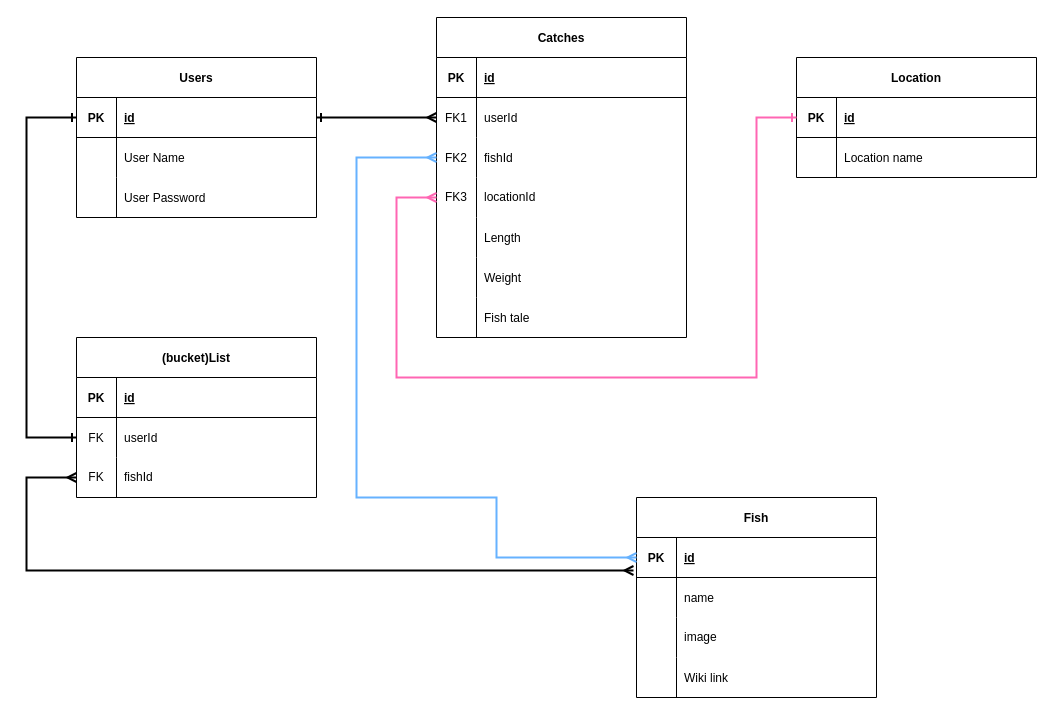
Earlier version of the draw.io diagram Untitled Diagram.drawio (Powwow84/project-2). Source tidied: cells renumbered, new cells numbered last; positions are measured from the earlier drawing's top-left corner, leaving out a move shared by most shapes. Both pictures are drawn from the tidied source at 100%, with x=0, y=0 at pixel (26, 17).
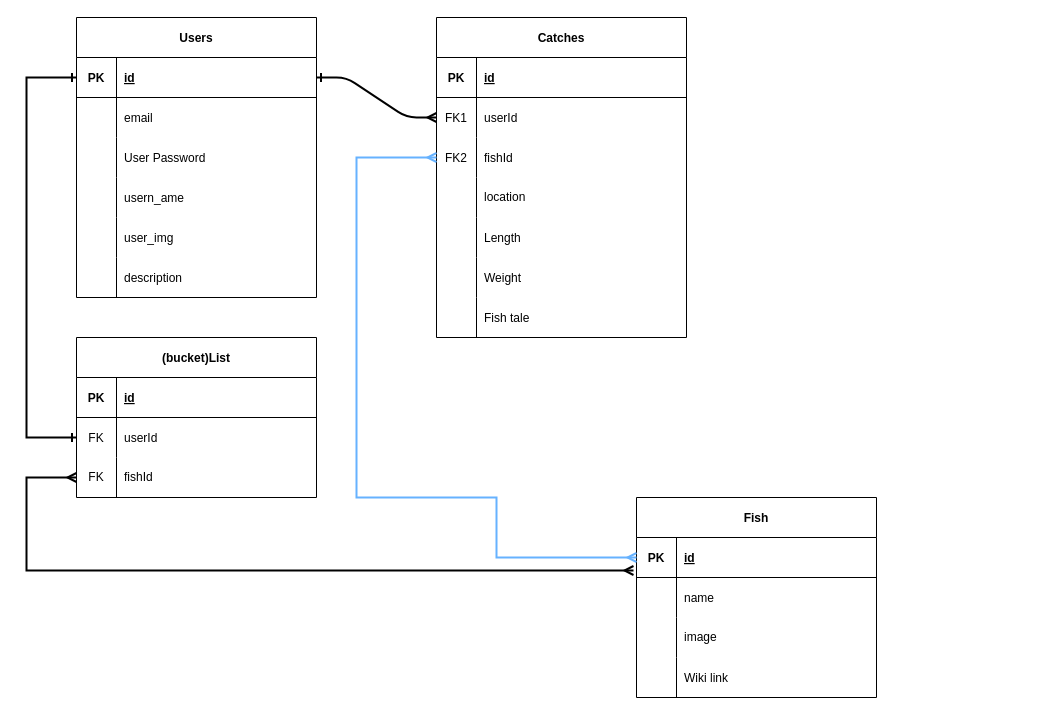
Above is the later version.

The change refers to these unchanged cells:
```xml
<mxCell id="13" style="shape=tableRow;horizontal=0;startSize=0;swimlaneHead=0;swimlaneBody=0;fillColor=none;points=[[0,0.5],[1,0.5]];portConstraint=eastwest;top=0;left=0;right=0;bottom=0;" parent="3" vertex="1">
  <mxGeometry y="160" width="250" height="40" as="geometry" />
</mxCell>
<mxCell id="29" style="shape=partialRectangle;fillColor=none;points=[[0,0.5],[1,0.5]];portConstraint=eastwest;top=0;left=0;right=0;bottom=0;" parent="25" vertex="1">
  <mxGeometry y="80" width="240" height="40" as="geometry" />
</mxCell>
<mxCell id="36" style="shape=partialRectangle;fillColor=none;points=[[0,0.5],[1,0.5]];portConstraint=eastwest;top=0;left=0;right=0;bottom=1;" parent="35" vertex="1">
  <mxGeometry y="40" width="240" height="40" as="geometry" />
</mxCell>
<mxCell id="39" style="shape=partialRectangle;fillColor=none;top=0;left=0;right=0;bottom=0;" parent="35" vertex="1">
  <mxGeometry y="80" width="240" height="40" as="geometry" />
</mxCell>
```

The edit, as a diff of the source:
```diff
@@
-    <mxCell id="14" value="FK3" style="shape=partialRectangle;fillColor=none;top=0;left=0;bottom=0;right=0;fontStyle=0;overflow=hidden;whiteSpace=wrap;html=1;" parent="13" vertex="1">
+    <mxCell id="14" style="shape=partialRectangle;fillColor=none;top=0;left=0;bottom=0;right=0;fontStyle=0;overflow=hidden;whiteSpace=wrap;html=1;" parent="13" vertex="1">
       <mxGeometry width="40" height="40" as="geometry" />
     </mxCell>
-    <mxCell id="15" value="locationId" style="shape=partialRectangle;fillColor=none;top=0;left=0;bottom=0;right=0;align=left;spacingLeft=6;fontStyle=0;overflow=hidden;whiteSpace=wrap;html=1;" parent="13" vertex="1">
+    <mxCell id="15" value="location" style="shape=partialRectangle;fillColor=none;top=0;left=0;bottom=0;right=0;align=left;spacingLeft=6;fontStyle=0;overflow=hidden;whiteSpace=wrap;html=1;" parent="13" vertex="1">
       <mxGeometry x="40" width="210" height="40" as="geometry" />
     </mxCell>
@@
     <mxCell id="35" value="Users" style="shape=table;startSize=40;childLayout=tableLayout;rowLines=0;fontStyle=1;align=center;" parent="1" vertex="1">
-      <mxGeometry x="50" y="40" width="240" height="160" as="geometry" />
+      <mxGeometry x="50" width="240" height="280" as="geometry" />
     </mxCell>
@@
-    <mxCell id="41" value="User Name" style="shape=partialRectangle;overflow=hidden;fillColor=none;top=0;left=0;bottom=0;right=0;align=left;spacingLeft=6;" parent="39" vertex="1">
+    <mxCell id="41" value="email" style="shape=partialRectangle;overflow=hidden;fillColor=none;top=0;left=0;bottom=0;right=0;align=left;spacingLeft=6;" parent="39" vertex="1">
       <mxGeometry x="40" width="200" height="40" as="geometry" />
     </mxCell>
@@
+    <mxCell id="73" style="shape=tableRow;horizontal=0;startSize=0;swimlaneHead=0;swimlaneBody=0;fillColor=none;top=0;left=0;right=0;bottom=0;" parent="35" vertex="1">
+      <mxGeometry y="160" width="240" height="40" as="geometry" />
+    </mxCell>
+    <mxCell id="74" style="shape=partialRectangle;fillColor=none;top=0;left=0;bottom=0;right=0;overflow=hidden;" parent="73" vertex="1">
+      <mxGeometry width="40" height="40" as="geometry" />
+    </mxCell>
+    <mxCell id="75" value="usern_ame" style="shape=partialRectangle;fillColor=none;top=0;left=0;bottom=0;right=0;align=left;spacingLeft=6;overflow=hidden;" parent="73" vertex="1">
+      <mxGeometry x="40" width="200" height="40" as="geometry" />
+    </mxCell>
+    <mxCell id="76" style="shape=tableRow;horizontal=0;startSize=0;swimlaneHead=0;swimlaneBody=0;fillColor=none;top=0;left=0;right=0;bottom=0;" parent="35" vertex="1">
+      <mxGeometry y="200" width="240" height="40" as="geometry" />
+    </mxCell>
+    <mxCell id="77" style="shape=partialRectangle;fillColor=none;top=0;left=0;bottom=0;right=0;overflow=hidden;" parent="76" vertex="1">
+      <mxGeometry width="40" height="40" as="geometry" />
+    </mxCell>
+    <mxCell id="78" value="user_img" style="shape=partialRectangle;fillColor=none;top=0;left=0;bottom=0;right=0;align=left;spacingLeft=6;overflow=hidden;" parent="76" vertex="1">
+      <mxGeometry x="40" width="200" height="40" as="geometry" />
+    </mxCell>
+    <mxCell id="79" style="shape=tableRow;horizontal=0;startSize=0;swimlaneHead=0;swimlaneBody=0;fillColor=none;top=0;left=0;right=0;bottom=0;" parent="35" vertex="1">
+      <mxGeometry y="240" width="240" height="40" as="geometry" />
+    </mxCell>
+    <mxCell id="80" style="shape=partialRectangle;fillColor=none;top=0;left=0;bottom=0;right=0;overflow=hidden;" parent="79" vertex="1">
+      <mxGeometry width="40" height="40" as="geometry" />
+    </mxCell>
+    <mxCell id="81" value="description" style="shape=partialRectangle;fillColor=none;top=0;left=0;bottom=0;right=0;align=left;spacingLeft=6;overflow=hidden;" parent="79" vertex="1">
+      <mxGeometry x="40" width="200" height="40" as="geometry" />
+    </mxCell>
     <mxCell id="45" style="endArrow=ERone;html=1;rounded=0;exitX=0;exitY=0.5;exitDx=0;exitDy=0;entryX=0;entryY=0.5;entryDx=0;entryDy=0;edgeStyle=orthogonalEdgeStyle;startArrow=ERone;startFill=0;endFill=0;strokeWidth=2;" parent="1" edge="1" source="36" target="29">
       <mxGeometry relative="1" as="geometry">
         <Array as="points">
-          <mxPoint y="100" />
+          <mxPoint y="60" />
           <mxPoint y="420" />
         </Array>
       </mxGeometry>
     </mxCell>
@@
-    <mxCell id="65" value="Location" style="shape=table;startSize=40;childLayout=tableLayout;rowLines=0;fontStyle=1;align=center;" parent="1" vertex="1">
-      <mxGeometry x="770" y="40" width="240" height="120" as="geometry" />
-    </mxCell>
-    <mxCell id="66" style="shape=partialRectangle;fillColor=none;points=[[0,0.5],[1,0.5]];portConstraint=eastwest;top=0;left=0;right=0;bottom=1;" parent="65" vertex="1">
-      <mxGeometry y="40" width="240" height="40" as="geometry" />
-    </mxCell>
-    <mxCell id="67" value="PK" style="shape=partialRectangle;overflow=hidden;fillColor=none;top=0;left=0;bottom=0;right=0;fontStyle=1;" parent="66" vertex="1">
-      <mxGeometry width="40" height="40" as="geometry" />
-    </mxCell>
-    <mxCell id="68" value="id" style="shape=partialRectangle;overflow=hidden;fillColor=none;top=0;left=0;bottom=0;right=0;align=left;spacingLeft=6;fontStyle=5;" parent="66" vertex="1">
-      <mxGeometry x="40" width="200" height="40" as="geometry" />
-    </mxCell>
-    <mxCell id="69" style="shape=partialRectangle;fillColor=none;top=0;left=0;right=0;bottom=0;" parent="65" vertex="1">
-      <mxGeometry y="80" width="240" height="40" as="geometry" />
-    </mxCell>
-    <mxCell id="70" style="shape=partialRectangle;overflow=hidden;fillColor=none;top=0;left=0;bottom=0;right=0;" parent="69" vertex="1">
-      <mxGeometry width="40" height="40" as="geometry" />
-    </mxCell>
-    <mxCell id="71" value="Location name" style="shape=partialRectangle;overflow=hidden;fillColor=none;top=0;left=0;bottom=0;right=0;align=left;spacingLeft=6;" parent="69" vertex="1">
-      <mxGeometry x="40" width="200" height="40" as="geometry" />
-    </mxCell>
-    <mxCell id="72" style="endArrow=ERmany;html=1;rounded=0;exitX=0;exitY=0.5;exitDx=0;exitDy=0;entryX=0;entryY=0.5;entryDx=0;entryDy=0;edgeStyle=orthogonalEdgeStyle;strokeWidth=2;strokeColor=#FF66B3;startArrow=ERone;startFill=0;endFill=0;" parent="1" edge="1" source="66" target="13">
-      <mxGeometry relative="1" as="geometry">
-        <Array as="points">
-          <mxPoint x="730" y="100" />
-          <mxPoint x="730" y="360" />
-          <mxPoint x="370" y="360" />
-          <mxPoint x="370" y="180" />
-        </Array>
-      </mxGeometry>
-    </mxCell>
```
